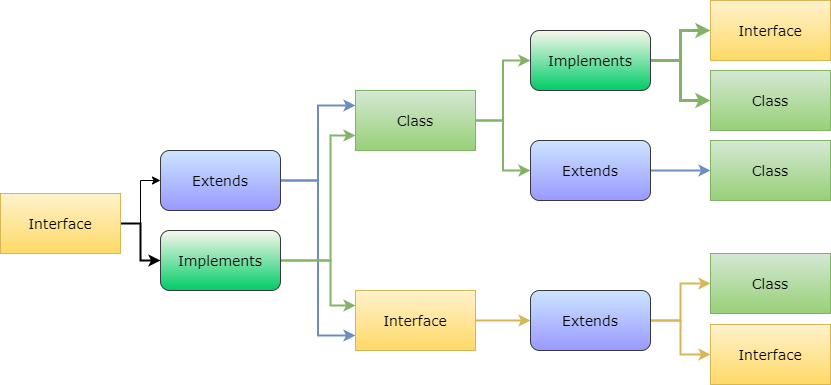
This is Assets/Interface-InterfaceCharacteristic.png from gungunfebrianza/Belajar-Dengan-Jenius-DenoTheWKWKLand, a draw.io export, as it was before one commit. Source tidied: cells renumbered, new cells last; positions are measured from the earlier drawing's top-left corner, leaving out a move shared by most shapes.
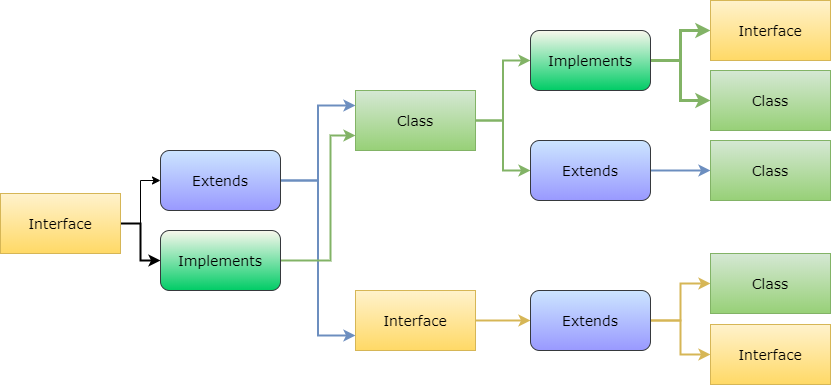
The same file after the commit.

What changed in the source:
```diff
@@ -82,14 +82,6 @@
         </Array>
       </mxGeometry>
     </mxCell>
-    <mxCell id="27" style="edgeStyle=orthogonalEdgeStyle;rounded=0;jettySize=auto;html=1;exitX=1;exitY=0.5;exitDx=0;exitDy=0;entryX=0;entryY=0.25;entryDx=0;entryDy=0;strokeWidth=2;fontFamily=Verdana;fontSize=14;gradientColor=#97d077;fillColor=#d5e8d4;strokeColor=#82b366;" parent="1" edge="1" source="28" target="18">
-      <mxGeometry relative="1" as="geometry">
-        <Array as="points">
-          <mxPoint x="330" y="260" />
-          <mxPoint x="330" y="305" />
-        </Array>
-      </mxGeometry>
-    </mxCell>
     <mxCell id="28" value="Implements" style="rounded=1;whiteSpace=wrap;html=1;fontFamily=Verdana;fontSize=14;fillColor=#f9f7ed;strokeColor=#36393d;gradientColor=#00CC66;" parent="1" vertex="1">
       <mxGeometry x="160" y="230" width="120" height="60" as="geometry" />
     </mxCell>
```
